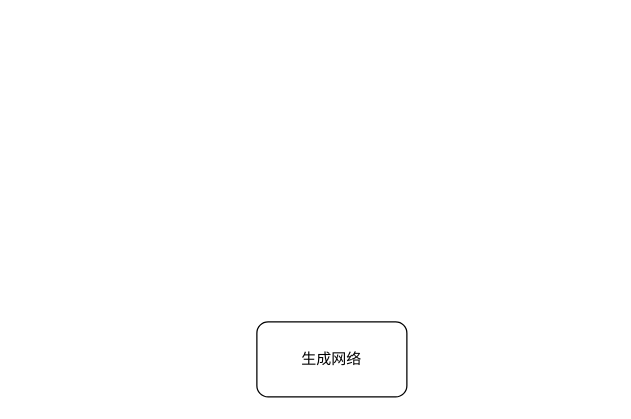
QodiCat/AI_learning keeps this draw.io diagram as 未命名绘图.drawio. Above is the earlier version. Source tidied: cells renumbered, new cells numbered last; positions are measured from the earlier drawing's top-left corner, leaving out a move shared by most shapes. Both pictures are drawn from the tidied source at 125%, with x=0, y=0 at pixel (256, 321).
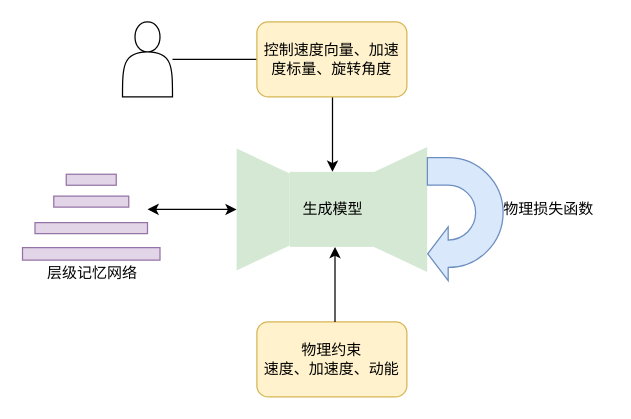
After the change.

Commit message (it also covers changes not shown here):
更新未命名绘图.drawio

What changed in the source:
```diff
@@
-    <mxCell id="2" value="生成网络" style="rounded=1;whiteSpace=wrap;html=1;" parent="1" vertex="1">
+    <mxCell id="2" value="物理约束&lt;div&gt;速度、加速度、动能&lt;/div&gt;" style="rounded=1;whiteSpace=wrap;html=1;fillColor=#fff2cc;strokeColor=#d6b656;" parent="1" vertex="1">
       <mxGeometry width="120" height="60" as="geometry" />
     </mxCell>
+    <mxCell id="3" style="endArrow=classic;html=1;rounded=0;" parent="1" edge="1">
+      <mxGeometry relative="1" as="geometry">
+        <mxPoint x="62.5" as="sourcePoint" />
+        <mxPoint x="62.5" y="-60" as="targetPoint" />
+      </mxGeometry>
+    </mxCell>
+    <mxCell id="4" style="edgeStyle=orthogonalEdgeStyle;rounded=0;jettySize=auto;html=1;" parent="1" edge="1" source="5" target="7">
+      <mxGeometry relative="1" as="geometry">
+        <Array as="points">
+          <mxPoint x="60.5" y="-130" />
+          <mxPoint x="60.5" y="-130" />
+        </Array>
+      </mxGeometry>
+    </mxCell>
+    <mxCell id="5" style="shape=actor;whiteSpace=wrap;html=1;" parent="1" vertex="1">
+      <mxGeometry x="-107.5" y="-240" width="40" height="60" as="geometry" />
+    </mxCell>
+    <mxCell id="6" style="group;" parent="1" vertex="1">
+      <mxGeometry x="-16.2" y="-140" width="152.5" height="100" as="geometry" />
+    </mxCell>
+    <mxCell id="7" value="生成模型" style="rounded=0;whiteSpace=wrap;html=1;fillColor=#d5e8d4;strokeColor=none;" parent="6" vertex="1">
+      <mxGeometry x="42.5" y="20" width="70" height="60" as="geometry" />
+    </mxCell>
+    <mxCell id="8" style="shape=trapezoid;perimeter=trapezoidPerimeter;whiteSpace=wrap;html=1;fixedSize=1;rotation=90;fillColor=#d5e8d4;strokeColor=none;" parent="6" vertex="1">
+      <mxGeometry x="-27.5" y="28.8" width="97.5" height="42.5" as="geometry" />
+    </mxCell>
+    <mxCell id="9" style="shape=trapezoid;perimeter=trapezoidPerimeter;whiteSpace=wrap;html=1;fixedSize=1;rotation=-90;fillColor=#d5e8d4;strokeColor=none;" parent="6" vertex="1">
+      <mxGeometry x="81.2" y="28.8" width="100" height="42.5" as="geometry" />
+    </mxCell>
+    <mxCell id="10" value="&lt;p class=&quot;MsoNormal&quot;&gt;&lt;font style=&quot;&quot;&gt;控制&lt;/font&gt;&lt;span style=&quot;background-color: initial;&quot;&gt;速度向量、加速度标量、旋转角度&lt;/span&gt;&lt;/p&gt;" style="rounded=1;whiteSpace=wrap;html=1;fillColor=#fff2cc;strokeColor=#d6b656;" parent="1" vertex="1">
+      <mxGeometry y="-240" width="120" height="60" as="geometry" />
+    </mxCell>
+    <mxCell id="11" style="html=1;shadow=0;dashed=0;align=center;verticalAlign=middle;shape=mxgraph.arrows2.uTurnArrow;dy=11;arrowHead=43;dx2=16.37;direction=south;rotation=90;fillColor=#dae8fc;strokeColor=#6c8ebf;" parent="1" vertex="1">
+      <mxGeometry x="117.5" y="-112.5" width="98.4" height="60.6" as="geometry" />
+    </mxCell>
+    <mxCell id="12" value="物理损失函数" style="text;html=1;align=center;verticalAlign=middle;strokeColor=none;fillColor=none;" parent="1" vertex="1">
+      <mxGeometry x="182.5" y="-105" width="100" height="30" as="geometry" />
+    </mxCell>
+    <mxCell id="13" style="rounded=0;whiteSpace=wrap;html=1;fillColor=#e1d5e7;strokeColor=#9673a6;" parent="1" vertex="1">
+      <mxGeometry x="-187.5" y="-59.4" width="110" height="10" as="geometry" />
+    </mxCell>
+    <mxCell id="14" style="rounded=0;whiteSpace=wrap;html=1;fillColor=#e1d5e7;strokeColor=#9673a6;" parent="1" vertex="1">
+      <mxGeometry x="-177.5" y="-79.4" width="90" height="8.8" as="geometry" />
+    </mxCell>
+    <mxCell id="15" style="rounded=0;whiteSpace=wrap;html=1;fillColor=#e1d5e7;strokeColor=#9673a6;" parent="1" vertex="1">
+      <mxGeometry x="-162.5" y="-100.6" width="60" height="8.8" as="geometry" />
+    </mxCell>
+    <mxCell id="16" style="rounded=0;whiteSpace=wrap;html=1;fillColor=#e1d5e7;strokeColor=#9673a6;" parent="1" vertex="1">
+      <mxGeometry x="-152.5" y="-118.1" width="40" height="8.8" as="geometry" />
+    </mxCell>
+    <mxCell id="17" style="endArrow=classic;startArrow=classic;html=1;rounded=0;entryX=0.5;entryY=1;entryDx=0;entryDy=0;" parent="1" edge="1" target="8">
+      <mxGeometry relative="1" as="geometry">
+        <mxPoint x="-87.5" y="-90" as="sourcePoint" />
+      </mxGeometry>
+    </mxCell>
+    <mxCell id="18" value="层级记忆网络" style="text;html=1;align=center;verticalAlign=middle;strokeColor=none;fillColor=none;" parent="1" vertex="1">
+      <mxGeometry x="-182.5" y="-53.8" width="100" height="30" as="geometry" />
+    </mxCell>
```
